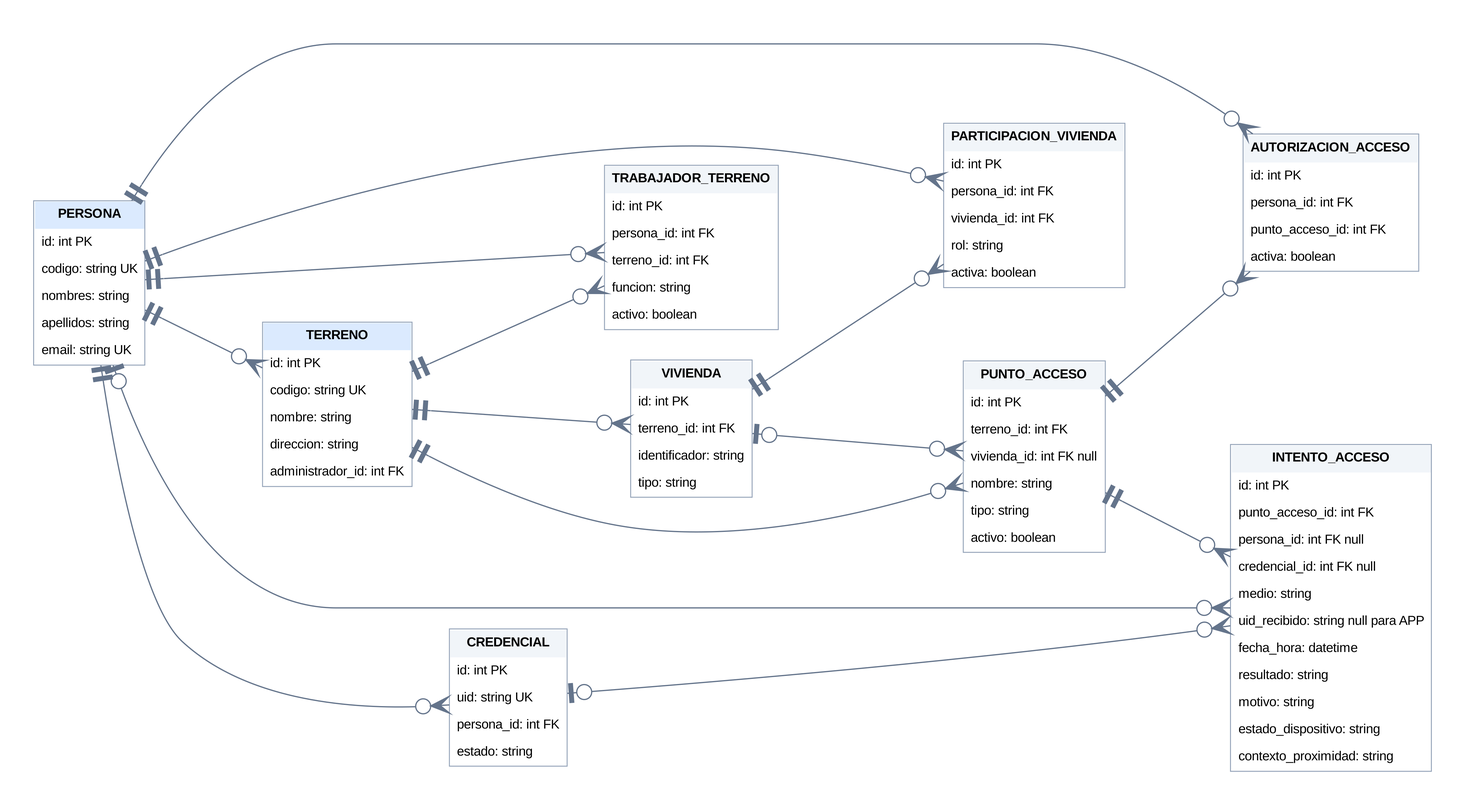
Before: er/diagrama_er_v1.png, a diagram exported from Graphviz (amaruprog14/smartconnect). Its source is kept beside it as er/diagrama_er_v1.dot. Its diagram source:
```dot
digraph ER {
graph [rankdir=LR, bgcolor="white", pad="0.5", nodesep="0.45", ranksep="1.1", fontname="Arial"];
node [shape=plain, fontname="Arial"];
edge [fontname="Arial", fontsize=10, color="#64748b", fontcolor="transparent", dir=both, arrowsize=1.1];
PERSONA [label=<<TABLE BORDER="1" CELLBORDER="0" CELLSPACING="0" CELLPADDING="7" COLOR="#94a3b8"><TR><TD BGCOLOR="#dbeafe"><B>PERSONA</B></TD></TR><TR><TD ALIGN="LEFT">id: int PK</TD></TR><TR><TD ALIGN="LEFT">codigo: string UK</TD></TR><TR><TD ALIGN="LEFT">nombres: string</TD></TR><TR><TD ALIGN="LEFT">apellidos: string</TD></TR><TR><TD ALIGN="LEFT">email: string UK</TD></TR><TR><TD ALIGN="LEFT">usuario_id: int FK UK null</TD></TR></TABLE>>];
TERRENO [label=<<TABLE BORDER="1" CELLBORDER="0" CELLSPACING="0" CELLPADDING="7" COLOR="#94a3b8"><TR><TD BGCOLOR="#dbeafe"><B>TERRENO</B></TD></TR><TR><TD ALIGN="LEFT">id: int PK</TD></TR><TR><TD ALIGN="LEFT">codigo: string UK</TD></TR><TR><TD ALIGN="LEFT">nombre: string</TD></TR><TR><TD ALIGN="LEFT">direccion: string</TD></TR><TR><TD ALIGN="LEFT">administrador_id: int FK</TD></TR></TABLE>>];
VIVIENDA [label=<<TABLE BORDER="1" CELLBORDER="0" CELLSPACING="0" CELLPADDING="7" COLOR="#94a3b8"><TR><TD BGCOLOR="#dbeafe"><B>VIVIENDA</B></TD></TR><TR><TD ALIGN="LEFT">id: int PK</TD></TR><TR><TD ALIGN="LEFT">terreno_id: int FK</TD></TR><TR><TD ALIGN="LEFT">identificador: string</TD></TR><TR><TD ALIGN="LEFT">tipo: string</TD></TR></TABLE>>];
PARTICIPACION_VIVIENDA [label=<<TABLE BORDER="1" CELLBORDER="0" CELLSPACING="0" CELLPADDING="7" COLOR="#94a3b8"><TR><TD BGCOLOR="#dbeafe"><B>PARTICIPACION_VIVIENDA</B></TD></TR><TR><TD ALIGN="LEFT">id: int PK</TD></TR><TR><TD ALIGN="LEFT">persona_id: int FK</TD></TR><TR><TD ALIGN="LEFT">vivienda_id: int FK</TD></TR><TR><TD ALIGN="LEFT">rol: string</TD></TR><TR><TD ALIGN="LEFT">activa: boolean</TD></TR></TABLE>>];
TRABAJADOR_TERRENO [label=<<TABLE BORDER="1" CELLBORDER="0" CELLSPACING="0" CELLPADDING="7" COLOR="#94a3b8"><TR><TD BGCOLOR="#f1f5f9"><B>TRABAJADOR_TERRENO</B></TD></TR><TR><TD ALIGN="LEFT">id: int PK</TD></TR><TR><TD ALIGN="LEFT">persona_id: int FK</TD></TR><TR><TD ALIGN="LEFT">terreno_id: int FK</TD></TR><TR><TD ALIGN="LEFT">funcion: string</TD></TR><TR><TD ALIGN="LEFT">activo: boolean</TD></TR></TABLE>>];
CREDENCIAL [label=<<TABLE BORDER="1" CELLBORDER="0" CELLSPACING="0" CELLPADDING="7" COLOR="#94a3b8"><TR><TD BGCOLOR="#f1f5f9"><B>CREDENCIAL</B></TD></TR><TR><TD ALIGN="LEFT">id: int PK</TD></TR><TR><TD ALIGN="LEFT">uid: string UK</TD></TR><TR><TD ALIGN="LEFT">persona_id: int FK</TD></TR><TR><TD ALIGN="LEFT">estado: string</TD></TR></TABLE>>];
PUNTO_ACCESO [label=<<TABLE BORDER="1" CELLBORDER="0" CELLSPACING="0" CELLPADDING="7" COLOR="#94a3b8"><TR><TD BGCOLOR="#dbeafe"><B>PUNTO_ACCESO</B></TD></TR><TR><TD ALIGN="LEFT">id: int PK</TD></TR><TR><TD ALIGN="LEFT">terreno_id: int FK</TD></TR><TR><TD ALIGN="LEFT">vivienda_id: int FK null</TD></TR><TR><TD ALIGN="LEFT">nombre: string</TD></TR><TR><TD ALIGN="LEFT">tipo: string</TD></TR><TR><TD ALIGN="LEFT">activo: boolean</TD></TR></TABLE>>];
AUTORIZACION_ACCESO [label=<<TABLE BORDER="1" CELLBORDER="0" CELLSPACING="0" CELLPADDING="7" COLOR="#94a3b8"><TR><TD BGCOLOR="#f1f5f9"><B>AUTORIZACION_ACCESO</B></TD></TR><TR><TD ALIGN="LEFT">id: int PK</TD></TR><TR><TD ALIGN="LEFT">persona_id: int FK</TD></TR><TR><TD ALIGN="LEFT">punto_acceso_id: int FK</TD></TR><TR><TD ALIGN="LEFT">activa: boolean</TD></TR></TABLE>>];
INTENTO_ACCESO [label=<<TABLE BORDER="1" CELLBORDER="0" CELLSPACING="0" CELLPADDING="7" COLOR="#94a3b8"><TR><TD BGCOLOR="#f1f5f9"><B>INTENTO_ACCESO</B></TD></TR><TR><TD ALIGN="LEFT">id: int PK</TD></TR><TR><TD ALIGN="LEFT">punto_acceso_id: int FK</TD></TR><TR><TD ALIGN="LEFT">persona_id: int FK null</TD></TR><TR><TD ALIGN="LEFT">credencial_id: int FK null</TD></TR><TR><TD ALIGN="LEFT">medio: string</TD></TR><TR><TD ALIGN="LEFT">uid_recibido: string null para APP</TD></TR><TR><TD ALIGN="LEFT">fecha_hora: datetime</TD></TR><TR><TD ALIGN="LEFT">resultado: string</TD></TR><TR><TD ALIGN="LEFT">motivo: string</TD></TR><TR><TD ALIGN="LEFT">estado_dispositivo: string</TD></TR><TR><TD ALIGN="LEFT">contexto_proximidad: string</TD></TR></TABLE>>];
PERSONA -> TERRENO [label="administra", arrowtail=teetee, arrowhead=crowodot];
TERRENO -> VIVIENDA [label="contiene", arrowtail=teetee, arrowhead=crowodot];
PERSONA -> PARTICIPACION_VIVIENDA [label="participa", arrowtail=teetee, arrowhead=crowodot];
VIVIENDA -> PARTICIPACION_VIVIENDA [label="tiene", arrowtail=teetee, arrowhead=crowodot];
PERSONA -> TRABAJADOR_TERRENO [label="trabaja", arrowtail=teetee, arrowhead=crowodot];
TERRENO -> TRABAJADOR_TERRENO [label="emplea", arrowtail=teetee, arrowhead=crowodot];
PERSONA -> CREDENCIAL [label="posee", arrowtail=teetee, arrowhead=crowodot];
TERRENO -> PUNTO_ACCESO [label="contiene", arrowtail=teetee, arrowhead=crowodot];
VIVIENDA -> PUNTO_ACCESO [label="vincula opcionalmente", arrowtail=teeodot, arrowhead=crowodot];
PERSONA -> AUTORIZACION_ACCESO [label="recibe", arrowtail=teetee, arrowhead=crowodot];
PUNTO_ACCESO -> AUTORIZACION_ACCESO [label="habilita", arrowtail=teetee, arrowhead=crowodot];
PUNTO_ACCESO -> INTENTO_ACCESO [label="registra", arrowtail=teetee, arrowhead=crowodot];
PERSONA -> INTENTO_ACCESO [label="identificada", arrowtail=teeodot, arrowhead=crowodot];
CREDENCIAL -> INTENTO_ACCESO [label="utilizada", arrowtail=teeodot, arrowhead=crowodot];
}
```
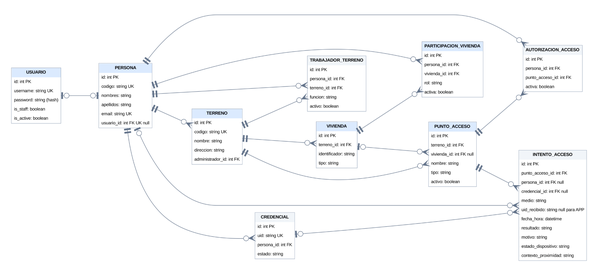
Later version of the same file.

Commit message:
Actualiza el ER con la entidad USUARIO

The edit, as a diff of the source:
```diff
@@ -1,7 +1,8 @@
 digraph ER {
 graph [rankdir=LR, bgcolor="white", pad="0.5", nodesep="0.45", ranksep="1.1", fontname="Arial"];
 node [shape=plain, fontname="Arial"];
-edge [fontname="Arial", fontsize=10, color="#64748b", fontcolor="transparent", dir=both, arrowsize=1.1];
+edge [penwidth=1.3, fontname="Arial", fontsize=10, color="#64748b", fontcolor="transparent", dir=both, arrowsize=2];
+USUARIO [label=<<TABLE BORDER="1" CELLBORDER="0" CELLSPACING="0" CELLPADDING="7" COLOR="#94a3b8"><TR><TD BGCOLOR="#dbeafe"><B>USUARIO</B></TD></TR><TR><TD ALIGN="LEFT">id: int PK</TD></TR><TR><TD ALIGN="LEFT">username: string UK</TD></TR><TR><TD ALIGN="LEFT">password: string (hash)</TD></TR><TR><TD ALIGN="LEFT">is_staff: boolean</TD></TR><TR><TD ALIGN="LEFT">is_active: boolean</TD></TR></TABLE>>];
 PERSONA [label=<<TABLE BORDER="1" CELLBORDER="0" CELLSPACING="0" CELLPADDING="7" COLOR="#94a3b8"><TR><TD BGCOLOR="#dbeafe"><B>PERSONA</B></TD></TR><TR><TD ALIGN="LEFT">id: int PK</TD></TR><TR><TD ALIGN="LEFT">codigo: string UK</TD></TR><TR><TD ALIGN="LEFT">nombres: string</TD></TR><TR><TD ALIGN="LEFT">apellidos: string</TD></TR><TR><TD ALIGN="LEFT">email: string UK</TD></TR><TR><TD ALIGN="LEFT">usuario_id: int FK UK null</TD></TR></TABLE>>];
 TERRENO [label=<<TABLE BORDER="1" CELLBORDER="0" CELLSPACING="0" CELLPADDING="7" COLOR="#94a3b8"><TR><TD BGCOLOR="#dbeafe"><B>TERRENO</B></TD></TR><TR><TD ALIGN="LEFT">id: int PK</TD></TR><TR><TD ALIGN="LEFT">codigo: string UK</TD></TR><TR><TD ALIGN="LEFT">nombre: string</TD></TR><TR><TD ALIGN="LEFT">direccion: string</TD></TR><TR><TD ALIGN="LEFT">administrador_id: int FK</TD></TR></TABLE>>];
 VIVIENDA [label=<<TABLE BORDER="1" CELLBORDER="0" CELLSPACING="0" CELLPADDING="7" COLOR="#94a3b8"><TR><TD BGCOLOR="#dbeafe"><B>VIVIENDA</B></TD></TR><TR><TD ALIGN="LEFT">id: int PK</TD></TR><TR><TD ALIGN="LEFT">terreno_id: int FK</TD></TR><TR><TD ALIGN="LEFT">identificador: string</TD></TR><TR><TD ALIGN="LEFT">tipo: string</TD></TR></TABLE>>];
@@ -11,6 +12,7 @@
 PUNTO_ACCESO [label=<<TABLE BORDER="1" CELLBORDER="0" CELLSPACING="0" CELLPADDING="7" COLOR="#94a3b8"><TR><TD BGCOLOR="#dbeafe"><B>PUNTO_ACCESO</B></TD></TR><TR><TD ALIGN="LEFT">id: int PK</TD></TR><TR><TD ALIGN="LEFT">terreno_id: int FK</TD></TR><TR><TD ALIGN="LEFT">vivienda_id: int FK null</TD></TR><TR><TD ALIGN="LEFT">nombre: string</TD></TR><TR><TD ALIGN="LEFT">tipo: string</TD></TR><TR><TD ALIGN="LEFT">activo: boolean</TD></TR></TABLE>>];
 AUTORIZACION_ACCESO [label=<<TABLE BORDER="1" CELLBORDER="0" CELLSPACING="0" CELLPADDING="7" COLOR="#94a3b8"><TR><TD BGCOLOR="#f1f5f9"><B>AUTORIZACION_ACCESO</B></TD></TR><TR><TD ALIGN="LEFT">id: int PK</TD></TR><TR><TD ALIGN="LEFT">persona_id: int FK</TD></TR><TR><TD ALIGN="LEFT">punto_acceso_id: int FK</TD></TR><TR><TD ALIGN="LEFT">activa: boolean</TD></TR></TABLE>>];
 INTENTO_ACCESO [label=<<TABLE BORDER="1" CELLBORDER="0" CELLSPACING="0" CELLPADDING="7" COLOR="#94a3b8"><TR><TD BGCOLOR="#f1f5f9"><B>INTENTO_ACCESO</B></TD></TR><TR><TD ALIGN="LEFT">id: int PK</TD></TR><TR><TD ALIGN="LEFT">punto_acceso_id: int FK</TD></TR><TR><TD ALIGN="LEFT">persona_id: int FK null</TD></TR><TR><TD ALIGN="LEFT">credencial_id: int FK null</TD></TR><TR><TD ALIGN="LEFT">medio: string</TD></TR><TR><TD ALIGN="LEFT">uid_recibido: string null para APP</TD></TR><TR><TD ALIGN="LEFT">fecha_hora: datetime</TD></TR><TR><TD ALIGN="LEFT">resultado: string</TD></TR><TR><TD ALIGN="LEFT">motivo: string</TD></TR><TR><TD ALIGN="LEFT">estado_dispositivo: string</TD></TR><TR><TD ALIGN="LEFT">contexto_proximidad: string</TD></TR></TABLE>>];
+USUARIO -> PERSONA [label="identifica", arrowtail=teeodot, arrowhead=teeodot];
 PERSONA -> TERRENO [label="administra", arrowtail=teetee, arrowhead=crowodot];
 TERRENO -> VIVIENDA [label="contiene", arrowtail=teetee, arrowhead=crowodot];
 PERSONA -> PARTICIPACION_VIVIENDA [label="participa", arrowtail=teetee, arrowhead=crowodot];
```
